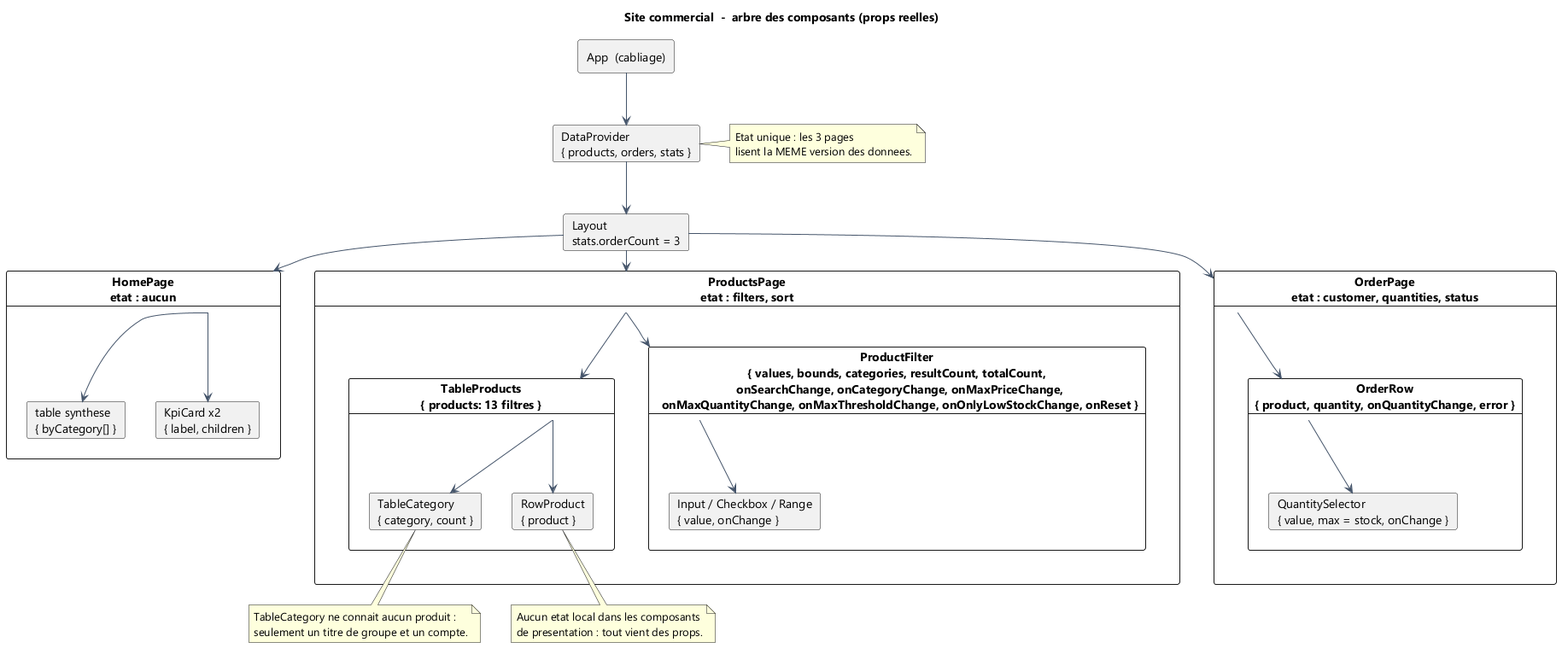
wenkais196-Gabriel/mini-projet-site-commercial keeps this PlantUML diagram as docs/diagrammes/02-arbre-composants.png. Above is the earlier version.
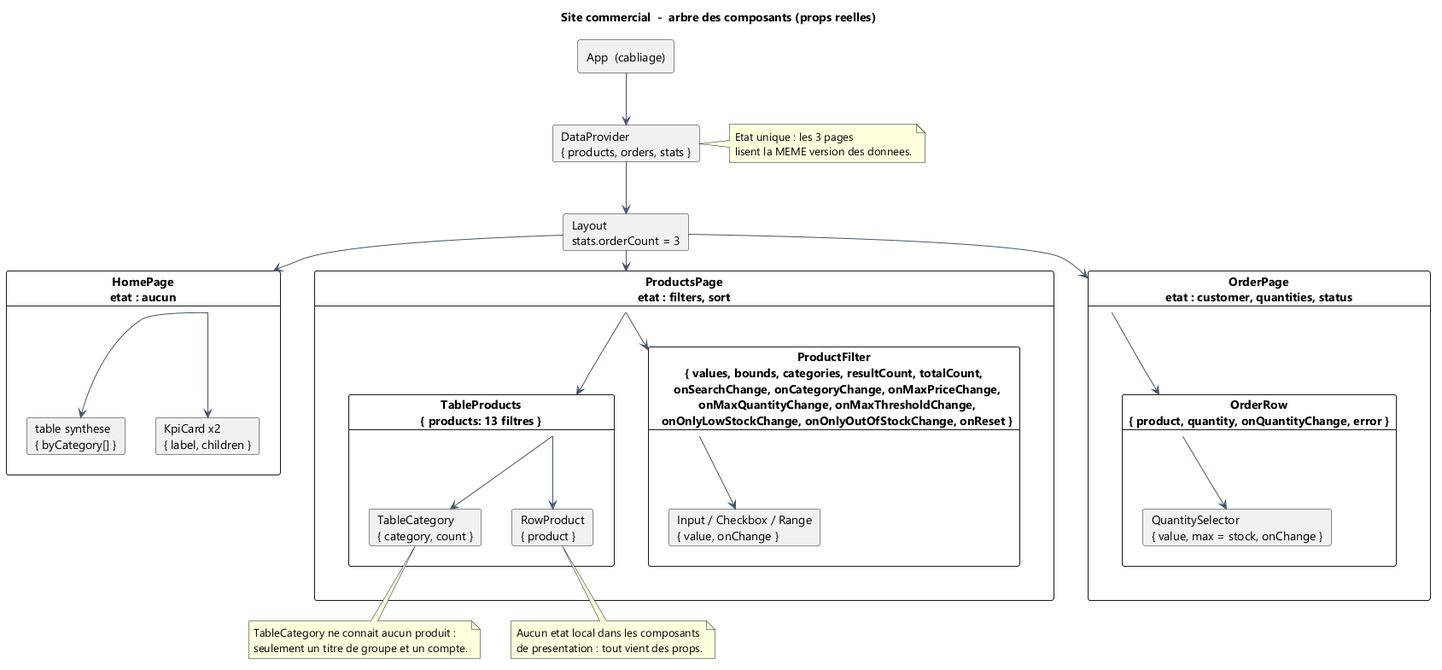
Later version of the same file.

Diff of the diagram source:
```diff
@@ -20,7 +20,7 @@
 }
 
 card "ProductsPage\netat : filters, sort" as Produits {
-  card "ProductFilter\n{ values, bounds, categories, resultCount, totalCount,\n  onSearchChange, onCategoryChange, onMaxPriceChange,\n  onMaxQuantityChange, onMaxThresholdChange, onOnlyLowStockChange, onReset }" as F {
+  card "ProductFilter\n{ values, bounds, categories, resultCount, totalCount,\n  onSearchChange, onCategoryChange, onMaxPriceChange,\n  onMaxQuantityChange, onMaxThresholdChange,\n  onOnlyLowStockChange, onOnlyOutOfStockChange, onReset }" as F {
     card "Input / Checkbox / Range\n{ value, onChange }" as Atomes
   }
   card "TableProducts\n{ products: 13 filtres }" as T {
```
